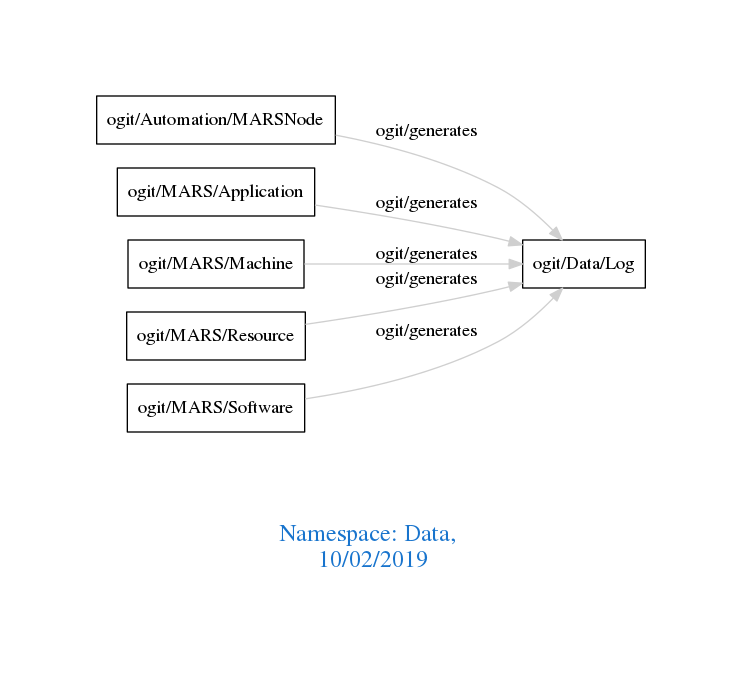
Before: downloads/Data.png, a diagram exported from Graphviz (arago/OGIT). Its source is kept beside it as downloads/Data.dot.
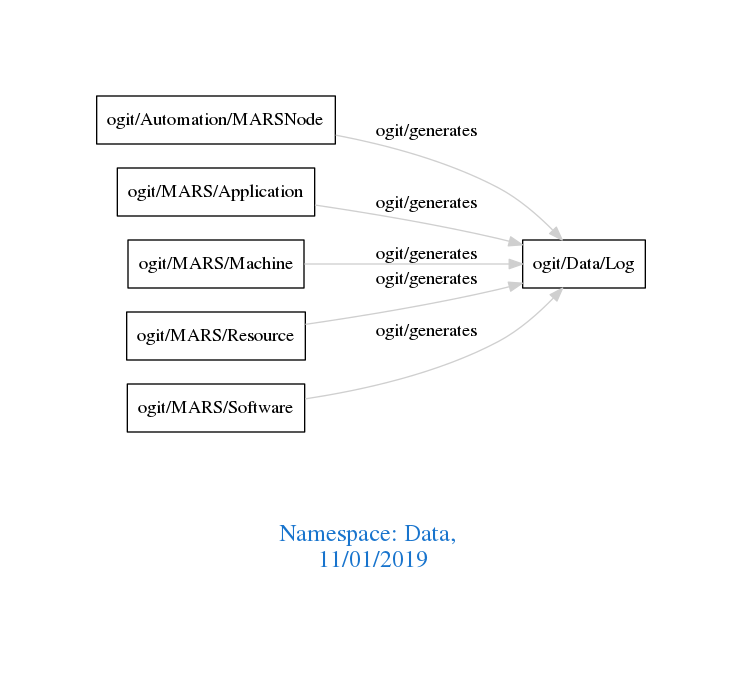
After the commit.

Change to the diagram source:
```diff
@@ -1,7 +1,7 @@
 digraph OGIT_ontology {
  graph [ rankdir= LR,pad=1
 fontsize = 18,
-fontcolor= dodgerblue3,label = "\n\n\nNamespace: Data, \n 10/02/2019"];
+fontcolor= dodgerblue3,label = "\n\n\nNamespace: Data, \n 11/01/2019"];
 node[shape=polygon];
 edge [  color="gray81"];
 
```
